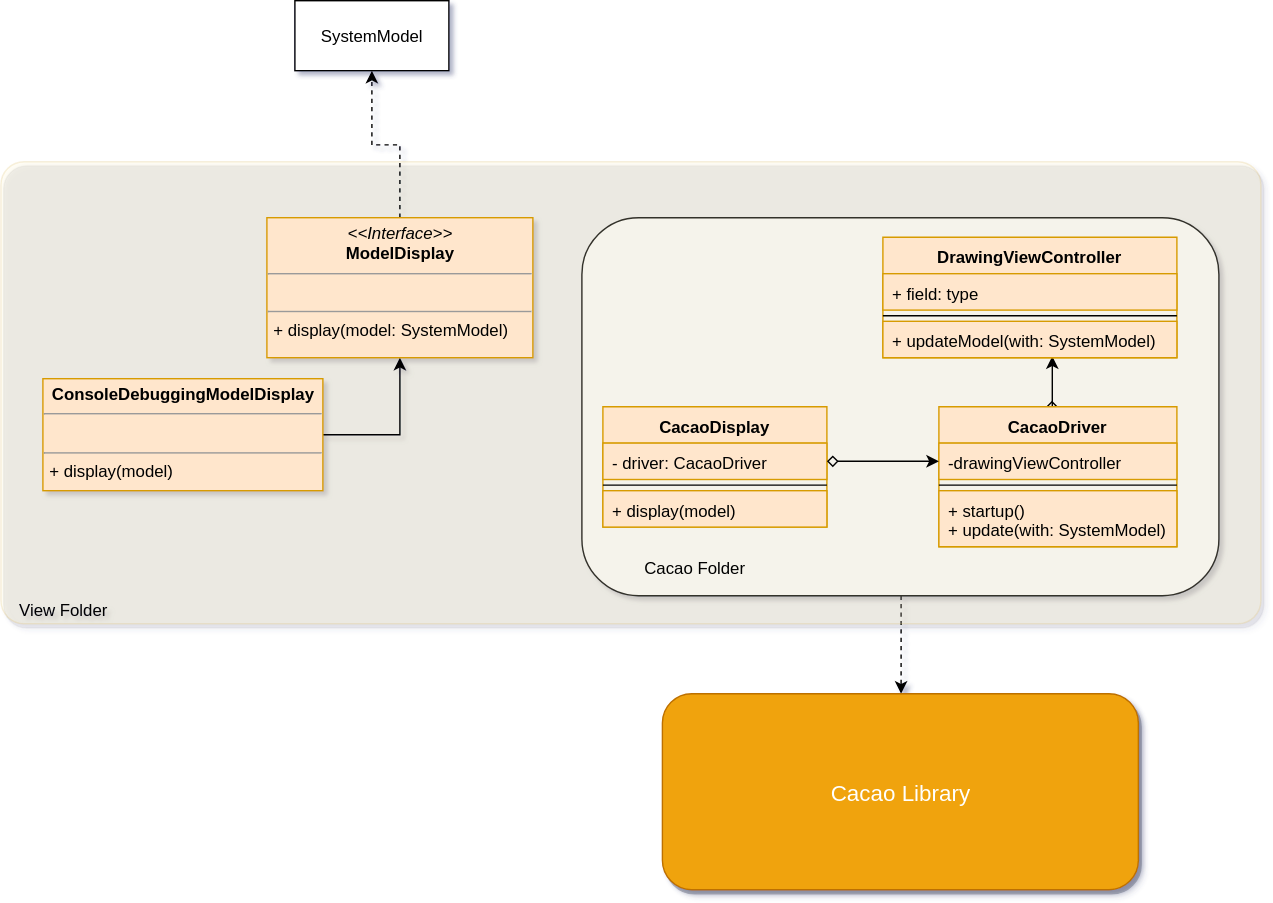
Before: Docs/resource/SwiftCodeHelper-View.svg, a diagram exported from draw.io (kevinvandenbreemen/SwiftCodeHelper). Source tidied: cells renumbered, new cells last; positions are measured from the earlier drawing's top-left corner, leaving out a move shared by most shapes.
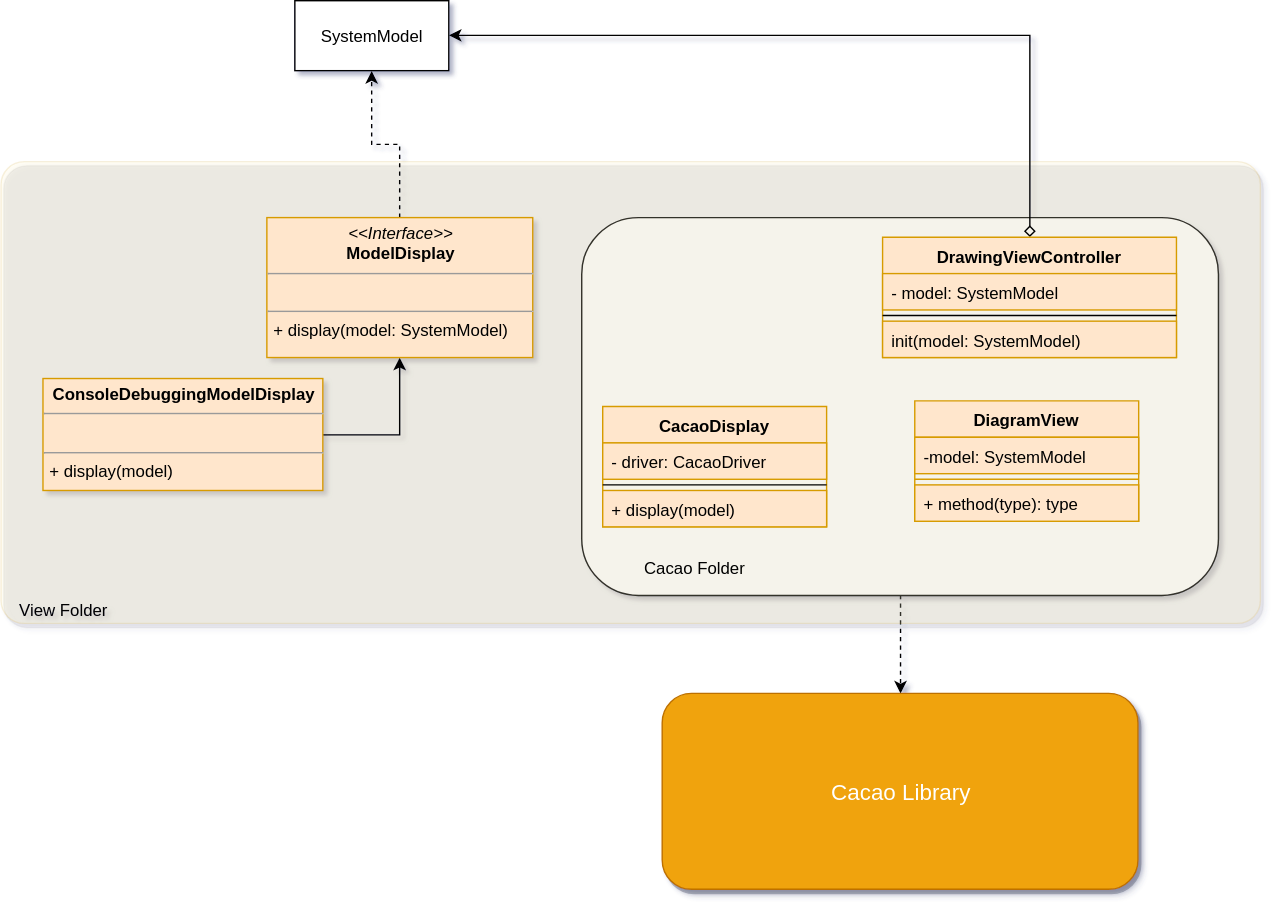
Above is the later version.

What changed in the source:
```diff
@@ -48,38 +48,35 @@
     <mxCell id="15" value="+ display(model)" style="text;strokeColor=#d79b00;fillColor=#ffe6cc;align=left;verticalAlign=top;spacingLeft=4;spacingRight=4;overflow=hidden;" parent="12" vertex="1">
       <mxGeometry y="60" width="160" height="26" as="geometry" />
     </mxCell>
-    <mxCell id="16" style="edgeStyle=orthogonalEdgeStyle;rounded=0;jettySize=auto;html=1;exitX=0.5;exitY=0;exitDx=0;exitDy=0;entryX=0.576;entryY=0.962;entryDx=0;entryDy=0;entryPerimeter=0;startArrow=diamond;startFill=0;" parent="1" edge="1" source="17" target="24">
-      <mxGeometry relative="1" as="geometry" />
-    </mxCell>
-    <mxCell id="17" value="CacaoDriver" style="swimlane;fontStyle=1;align=center;verticalAlign=top;horizontal=1;startSize=26;rounded=0;shadow=0;fillColor=#ffe6cc;strokeColor=#d79b00;" parent="1" vertex="1">
-      <mxGeometry x="670" y="290" width="170" height="100" as="geometry" />
-    </mxCell>
-    <mxCell id="18" value="-drawingViewController" style="text;strokeColor=#d79b00;fillColor=#ffe6cc;align=left;verticalAlign=top;spacingLeft=4;spacingRight=4;overflow=hidden;points=[[0,0.5],[1,0.5]];portConstraint=eastwest;" parent="17" vertex="1">
-      <mxGeometry y="26" width="170" height="26" as="geometry" />
-    </mxCell>
-    <mxCell id="19" style="line;strokeWidth=1;fillColor=none;align=left;verticalAlign=middle;spacingTop=-1;spacingLeft=3;spacingRight=3;labelPosition=right;" parent="17" vertex="1">
-      <mxGeometry y="52" width="170" height="8" as="geometry" />
-    </mxCell>
-    <mxCell id="20" value="+ startup()&#10;+ update(with: SystemModel)" style="text;strokeColor=#d79b00;fillColor=#ffe6cc;align=left;verticalAlign=top;spacingLeft=4;spacingRight=4;overflow=hidden;" parent="17" vertex="1">
-      <mxGeometry y="60" width="170" height="40" as="geometry" />
-    </mxCell>
+    <mxCell id="27" style="edgeStyle=orthogonalEdgeStyle;rounded=0;jettySize=auto;html=1;exitX=0.5;exitY=0;exitDx=0;exitDy=0;entryX=1;entryY=0.5;entryDx=0;entryDy=0;startArrow=diamond;startFill=0;" parent="1" edge="1" source="21" target="9">
+      <mxGeometry relative="1" as="geometry" />
+    </mxCell>
     <mxCell id="21" value="DrawingViewController" style="swimlane;fontStyle=1;align=center;verticalAlign=top;horizontal=1;startSize=26;rounded=0;shadow=0;fillColor=#ffe6cc;strokeColor=#d79b00;" parent="1" vertex="1">
       <mxGeometry x="630" y="169" width="210" height="86" as="geometry" />
     </mxCell>
-    <mxCell id="22" value="+ field: type" style="text;strokeColor=#d79b00;fillColor=#ffe6cc;align=left;verticalAlign=top;spacingLeft=4;spacingRight=4;overflow=hidden;" parent="21" vertex="1">
+    <mxCell id="22" value="- model: SystemModel" style="text;strokeColor=#d79b00;fillColor=#ffe6cc;align=left;verticalAlign=top;spacingLeft=4;spacingRight=4;overflow=hidden;" parent="21" vertex="1">
       <mxGeometry y="26" width="210" height="26" as="geometry" />
     </mxCell>
     <mxCell id="23" style="line;strokeWidth=1;fillColor=none;align=left;verticalAlign=middle;spacingTop=-1;spacingLeft=3;spacingRight=3;labelPosition=right;" parent="21" vertex="1">
       <mxGeometry y="52" width="210" height="8" as="geometry" />
     </mxCell>
-    <mxCell id="24" value="+ updateModel(with: SystemModel)" style="text;strokeColor=#d79b00;fillColor=#ffe6cc;align=left;verticalAlign=top;spacingLeft=4;spacingRight=4;overflow=hidden;points=[[0,0.5],[1,0.5]];portConstraint=eastwest;" parent="21" vertex="1">
+    <mxCell id="24" value="init(model: SystemModel)" style="text;strokeColor=#d79b00;fillColor=#ffe6cc;align=left;verticalAlign=top;spacingLeft=4;spacingRight=4;overflow=hidden;points=[[0,0.5],[1,0.5]];portConstraint=eastwest;" parent="21" vertex="1">
       <mxGeometry y="60" width="210" height="26" as="geometry" />
     </mxCell>
-    <mxCell id="25" style="edgeStyle=orthogonalEdgeStyle;rounded=0;jettySize=auto;html=1;exitX=1;exitY=0.5;exitDx=0;exitDy=0;entryX=0;entryY=0.5;entryDx=0;entryDy=0;startArrow=diamond;startFill=0;" parent="1" edge="1" source="13" target="18">
-      <mxGeometry relative="1" as="geometry" />
-    </mxCell>
     <mxCell id="26" value="Cacao Folder" style="text;html=1;strokeColor=none;fillColor=none;align=center;verticalAlign=middle;whiteSpace=wrap;rounded=0;shadow=0;opacity=20;" parent="1" vertex="1">
       <mxGeometry x="450" y="395" width="90" height="20" as="geometry" />
     </mxCell>
+    <mxCell id="28" value="DiagramView" style="swimlane;fontStyle=1;align=center;verticalAlign=top;horizontal=1;startSize=26;fillColor=#ffe6cc;strokeColor=#d79b00;" parent="1" vertex="1">
+      <mxGeometry x="653" y="286" width="160" height="86" as="geometry" />
+    </mxCell>
+    <mxCell id="29" value="-model: SystemModel" style="text;strokeColor=#d79b00;fillColor=#ffe6cc;align=left;verticalAlign=top;spacingLeft=4;spacingRight=4;overflow=hidden;" parent="28" vertex="1">
+      <mxGeometry y="26" width="160" height="26" as="geometry" />
+    </mxCell>
+    <mxCell id="30" style="line;strokeWidth=1;fillColor=#ffe6cc;align=left;verticalAlign=middle;spacingTop=-1;spacingLeft=3;spacingRight=3;labelPosition=right;strokeColor=#d79b00;" parent="28" vertex="1">
+      <mxGeometry y="52" width="160" height="8" as="geometry" />
+    </mxCell>
+    <mxCell id="31" value="+ method(type): type" style="text;strokeColor=#d79b00;fillColor=#ffe6cc;align=left;verticalAlign=top;spacingLeft=4;spacingRight=4;overflow=hidden;" parent="28" vertex="1">
+      <mxGeometry y="60" width="160" height="26" as="geometry" />
+    </mxCell>
   </root>
 </mxGraphModel>
```
